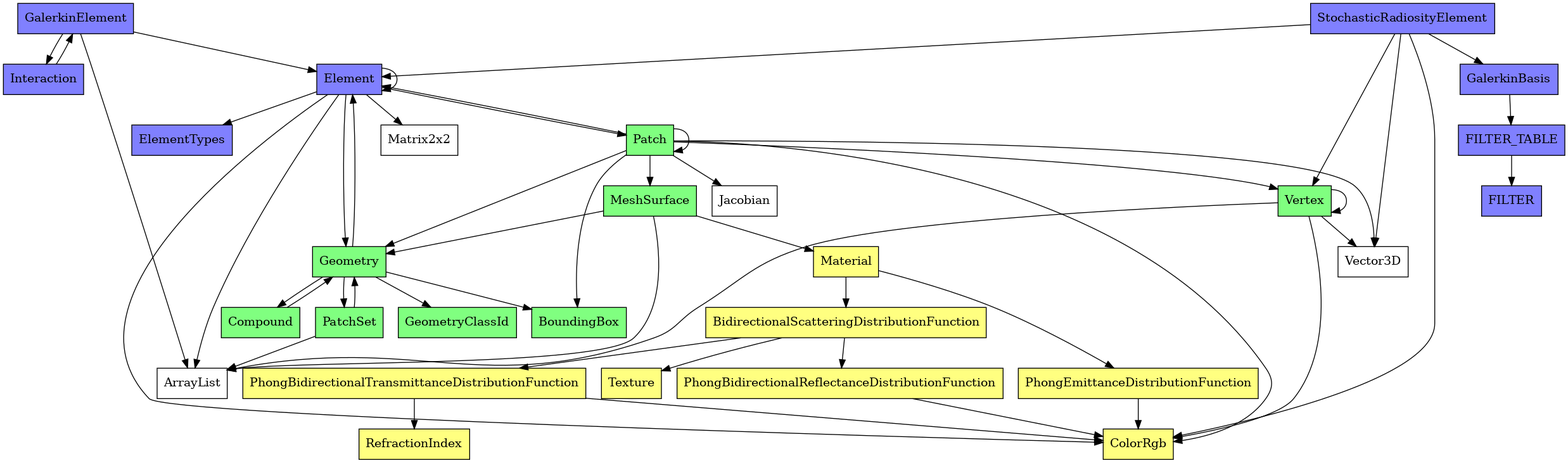
This is doc/coreModelClasses.png from OscarChavarro/rpkCpp, a Graphviz export, as it was before one commit. Its source is kept beside it as doc/coreModelClasses.dot.
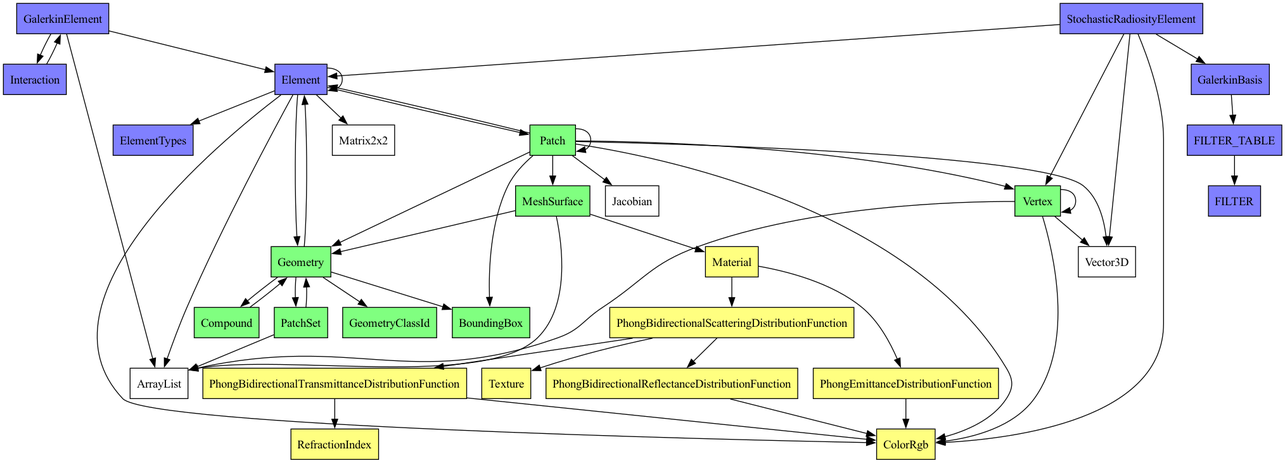
The same diagram one commit later.

Diff of the diagram source:
```diff
@@ -23,7 +23,7 @@
     GeometryClassId [shape=box, style=filled, fillcolor="#80ff80"];
 
     Material [shape=box, style=filled, fillcolor="#ffff80"];
-    BidirectionalScatteringDistributionFunction [shape=box, style=filled, fillcolor="#ffff80"];
+    PhongBidirectionalScatteringDistributionFunction [shape=box, style=filled, fillcolor="#ffff80"];
     PhongEmittanceDistributionFunction [shape=box, style=filled, fillcolor="#ffff80"];
     Texture [shape=box, style=filled, fillcolor="#ffff80"];
     PhongBidirectionalTransmittanceDistributionFunction [shape=box, style=filled, fillcolor="#ffff80"];
@@ -66,11 +66,11 @@
     PhongBidirectionalReflectanceDistributionFunction -> ColorRgb;
     PhongBidirectionalTransmittanceDistributionFunction -> ColorRgb;
     PhongBidirectionalTransmittanceDistributionFunction -> RefractionIndex;
-    BidirectionalScatteringDistributionFunction -> PhongBidirectionalReflectanceDistributionFunction;
-    BidirectionalScatteringDistributionFunction -> PhongBidirectionalTransmittanceDistributionFunction;
-    BidirectionalScatteringDistributionFunction -> Texture;
+    PhongBidirectionalScatteringDistributionFunction -> PhongBidirectionalReflectanceDistributionFunction;
+    PhongBidirectionalScatteringDistributionFunction -> PhongBidirectionalTransmittanceDistributionFunction;
+    PhongBidirectionalScatteringDistributionFunction -> Texture;
     Material -> PhongEmittanceDistributionFunction;
-    Material -> BidirectionalScatteringDistributionFunction;
+    Material -> PhongBidirectionalScatteringDistributionFunction;
     Geometry -> BoundingBox;
     Geometry -> Element;
     Geometry -> GeometryClassId;
```
